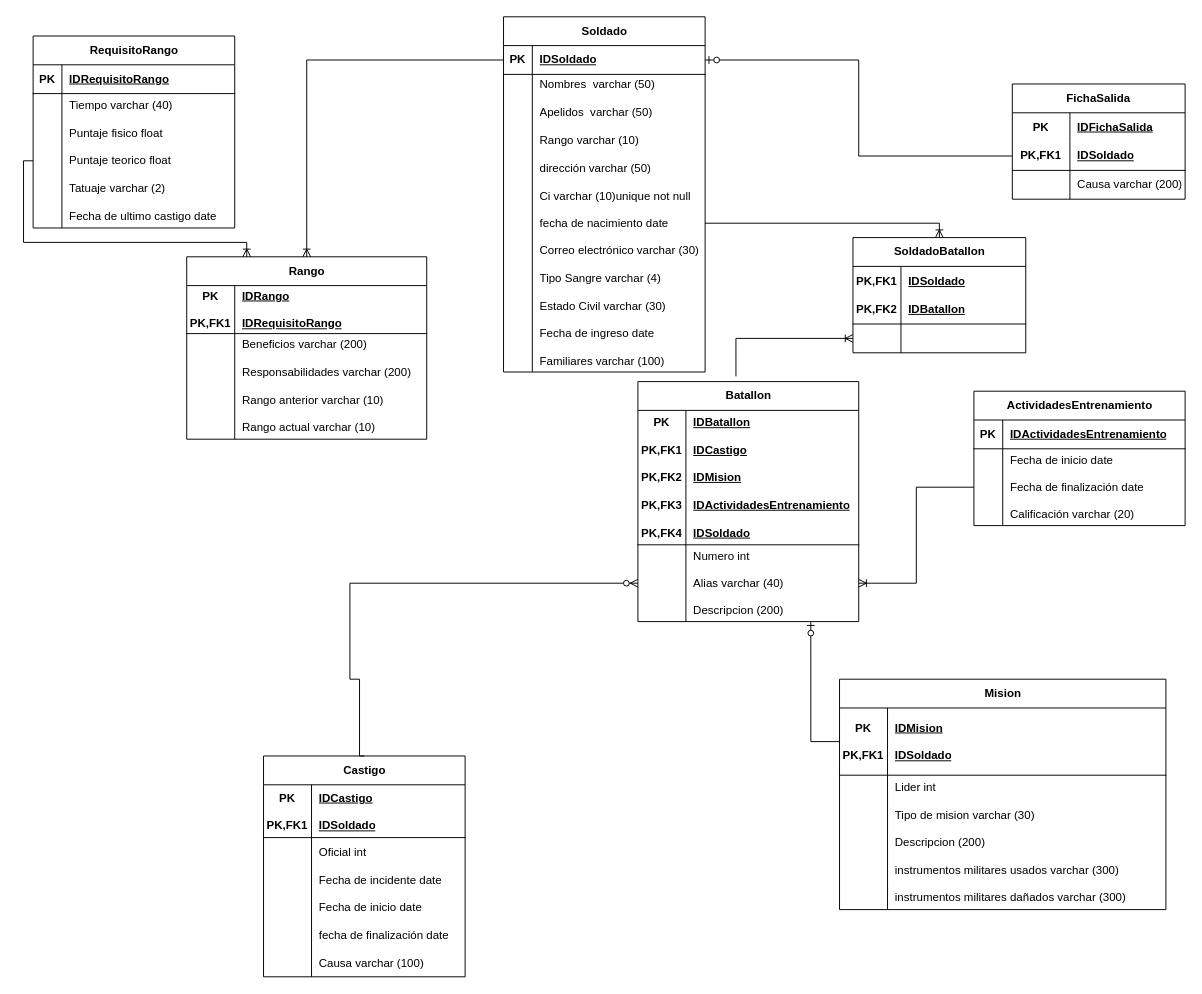
Before: Ejercito.drawio in Rafael454Gonzalez/django-portfolio-simple, a draw.io diagram. Source tidied: cells renumbered, new cells numbered last; positions are measured from the earlier drawing's top-left corner, leaving out a move shared by most shapes. Both pictures are drawn from the tidied source at 96%, with x=0, y=0 at pixel (33, 16).
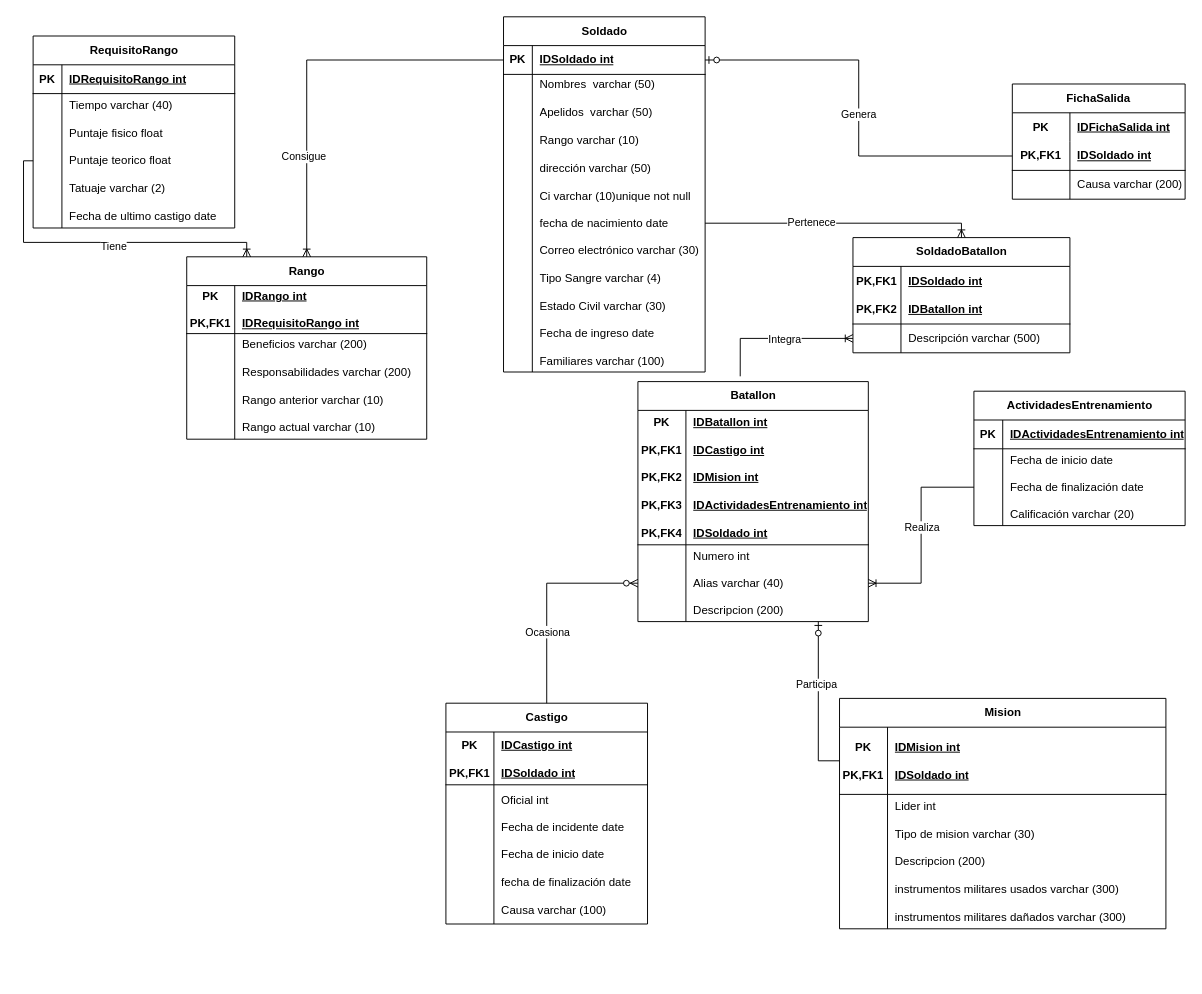
Above is the later version.

Unchanged cells that the change refers to:
```xml
<mxCell id="3" style="shape=tableRow;horizontal=0;startSize=0;swimlaneHead=0;swimlaneBody=0;fillColor=none;points=[[0,0.5],[1,0.5]];portConstraint=eastwest;top=0;left=0;right=0;bottom=1;" parent="2" vertex="1">
  <mxGeometry y="30" width="210" height="30" as="geometry" />
</mxCell>
<mxCell id="10" style="shape=tableRow;horizontal=0;startSize=0;swimlaneHead=0;swimlaneBody=0;fillColor=none;top=0;left=0;right=0;bottom=0;html=1;" parent="9" vertex="1">
  <mxGeometry y="30" width="180" height="30" as="geometry" />
</mxCell>
<mxCell id="13" style="shape=tableRow;horizontal=0;startSize=0;swimlaneHead=0;swimlaneBody=0;fillColor=none;points=[[0,0.5],[1,0.5]];portConstraint=eastwest;top=0;left=0;right=0;bottom=1;html=1;" parent="9" vertex="1">
  <mxGeometry y="60" width="180" height="30" as="geometry" />
</mxCell>
<mxCell id="19" style="edgeStyle=orthogonalEdgeStyle;fontSize=12;html=1;endArrow=ERzeroToOne;endFill=1;rounded=0;exitX=0;exitY=0.5;exitDx=0;exitDy=0;" parent="1" edge="1" source="13" target="3">
  <mxGeometry relative="1" as="geometry" />
</mxCell>
<mxCell id="21" style="shape=tableRow;horizontal=0;startSize=0;swimlaneHead=0;swimlaneBody=0;fillColor=none;top=0;left=0;right=0;bottom=1;" parent="20" vertex="1">
  <mxGeometry y="30" width="250" height="50" as="geometry" />
</mxCell>
<mxCell id="28" style="shape=tableRow;horizontal=0;startSize=0;swimlaneHead=0;swimlaneBody=0;fillColor=none;top=0;left=0;right=0;bottom=1;" parent="27" vertex="1">
  <mxGeometry y="30" width="210" height="55" as="geometry" />
</mxCell>
<mxCell id="49" style="shape=tableRow;horizontal=0;startSize=0;swimlaneHead=0;swimlaneBody=0;fillColor=none;top=0;left=0;right=0;bottom=1;" parent="48" vertex="1">
  <mxGeometry y="30" width="220" height="30" as="geometry" />
</mxCell>
<mxCell id="55" style="edgeStyle=orthogonalEdgeStyle;fontSize=12;html=1;endArrow=ERoneToMany;rounded=0;entryX=1;entryY=0.5;entryDx=0;entryDy=0;exitX=0;exitY=0.5;exitDx=0;exitDy=0;" parent="1" edge="1" source="52" target="45">
  <mxGeometry relative="1" as="geometry" />
</mxCell>
<mxCell id="56" style="edgeStyle=orthogonalEdgeStyle;fontSize=12;html=1;endArrow=ERoneToMany;rounded=0;exitX=1;exitY=0.5;exitDx=0;exitDy=0;entryX=0.5;entryY=0;entryDx=0;entryDy=0;endFill=0;" parent="1" edge="1" source="6" target="34">
  <mxGeometry relative="1" as="geometry" />
</mxCell>
<mxCell id="57" style="edgeStyle=orthogonalEdgeStyle;fontSize=12;html=1;endArrow=ERoneToMany;rounded=0;exitX=0.444;exitY=-0.022;exitDx=0;exitDy=0;exitPerimeter=0;entryX=0;entryY=0.5;entryDx=0;entryDy=0;endFill=0;" parent="1" edge="1" source="41" target="38">
  <mxGeometry relative="1" as="geometry" />
</mxCell>
<mxCell id="60" style="shape=tableRow;horizontal=0;startSize=0;swimlaneHead=0;swimlaneBody=0;fillColor=none;points=[[0,0.5],[1,0.5]];portConstraint=eastwest;top=0;left=0;right=0;bottom=1;" parent="59" vertex="1">
  <mxGeometry y="30" width="340" height="70" as="geometry" />
</mxCell>
<mxCell id="66" style="edgeStyle=orthogonalEdgeStyle;fontSize=12;html=1;endArrow=ERzeroToOne;endFill=1;rounded=0;exitX=0;exitY=0.5;exitDx=0;exitDy=0;entryX=0.783;entryY=1;entryDx=0;entryDy=0;entryPerimeter=0;" parent="1" edge="1" source="60" target="45">
  <mxGeometry relative="1" as="geometry" />
</mxCell>
<mxCell id="68" style="shape=tableRow;horizontal=0;startSize=0;swimlaneHead=0;swimlaneBody=0;fillColor=none;top=0;left=0;right=0;bottom=1;" parent="67" vertex="1">
  <mxGeometry y="30" width="210" height="30" as="geometry" />
</mxCell>
<mxCell id="74" style="edgeStyle=orthogonalEdgeStyle;fontSize=12;html=1;endArrow=ERoneToMany;rounded=0;entryX=0.25;entryY=0;entryDx=0;entryDy=0;exitX=0;exitY=0.5;exitDx=0;exitDy=0;endFill=0;" parent="1" edge="1" source="71" target="20">
  <mxGeometry relative="1" as="geometry" />
</mxCell>
<mxCell id="75" style="edgeStyle=orthogonalEdgeStyle;fontSize=12;html=1;endArrow=ERoneToMany;rounded=0;entryX=0.5;entryY=0;entryDx=0;entryDy=0;exitX=0;exitY=0.5;exitDx=0;exitDy=0;" parent="1" edge="1" source="3" target="20">
  <mxGeometry relative="1" as="geometry" />
</mxCell>
```

What changed in the source:
```diff
@@
-    <mxCell id="5" value="IDSoldado" style="shape=partialRectangle;fillColor=none;top=0;left=0;bottom=0;right=0;align=left;spacingLeft=6;fontStyle=5;overflow=hidden;whiteSpace=wrap;html=1;" parent="3" vertex="1">
+    <mxCell id="5" value="IDSoldado int" style="shape=partialRectangle;fillColor=none;top=0;left=0;bottom=0;right=0;align=left;spacingLeft=6;fontStyle=5;overflow=hidden;whiteSpace=wrap;html=1;" parent="3" vertex="1">
       <mxGeometry x="30" width="180" height="30" as="geometry" />
     </mxCell>
@@
-    <mxCell id="12" value="IDFichaSalida" style="shape=partialRectangle;fillColor=none;top=0;left=0;bottom=0;right=0;align=left;spacingLeft=6;fontStyle=5;overflow=hidden;html=1;whiteSpace=wrap;" parent="10" vertex="1">
+    <mxCell id="12" value="IDFichaSalida int" style="shape=partialRectangle;fillColor=none;top=0;left=0;bottom=0;right=0;align=left;spacingLeft=6;fontStyle=5;overflow=hidden;html=1;whiteSpace=wrap;" parent="10" vertex="1">
       <mxGeometry x="60" width="120" height="30" as="geometry" />
     </mxCell>
@@
-    <mxCell id="15" value="IDSoldado" style="shape=partialRectangle;fillColor=none;top=0;left=0;bottom=0;right=0;align=left;spacingLeft=6;fontStyle=5;overflow=hidden;html=1;whiteSpace=wrap;" parent="13" vertex="1">
+    <mxCell id="15" value="IDSoldado int" style="shape=partialRectangle;fillColor=none;top=0;left=0;bottom=0;right=0;align=left;spacingLeft=6;fontStyle=5;overflow=hidden;html=1;whiteSpace=wrap;" parent="13" vertex="1">
       <mxGeometry x="60" width="120" height="30" as="geometry" />
     </mxCell>
@@
+    <mxCell id="76" value="Genera" style="edgeLabel;html=1;align=center;verticalAlign=middle;" parent="19" vertex="1">
+      <mxGeometry x="-0.03" y="1" relative="1" as="geometry" />
+    </mxCell>
@@
-    <mxCell id="23" value="IDRango&lt;br&gt;&lt;br&gt;IDRequisitoRango" style="shape=partialRectangle;fillColor=none;top=0;left=0;bottom=0;right=0;align=left;spacingLeft=6;fontStyle=5;overflow=hidden;whiteSpace=wrap;html=1;" parent="21" vertex="1">
+    <mxCell id="23" value="IDRango int&lt;br&gt;&lt;br&gt;IDRequisitoRango int" style="shape=partialRectangle;fillColor=none;top=0;left=0;bottom=0;right=0;align=left;spacingLeft=6;fontStyle=5;overflow=hidden;whiteSpace=wrap;html=1;" parent="21" vertex="1">
       <mxGeometry x="50" width="200" height="50" as="geometry" />
     </mxCell>
@@
     <mxCell id="27" value="Castigo" style="shape=table;startSize=30;childLayout=tableLayout;rowLines=0;fontStyle=1;align=center;html=1;" parent="1" vertex="1">
-      <mxGeometry x="240" y="770" width="210" height="230" as="geometry" />
+      <mxGeometry x="430" y="715" width="210" height="230" as="geometry" />
     </mxCell>
@@
-    <mxCell id="30" value="IDCastigo&lt;br&gt;&lt;br&gt;IDSoldado" style="shape=partialRectangle;fillColor=none;top=0;left=0;bottom=0;right=0;align=left;spacingLeft=6;fontStyle=5;overflow=hidden;whiteSpace=wrap;html=1;" parent="28" vertex="1">
+    <mxCell id="30" value="IDCastigo int&lt;br&gt;&lt;br&gt;IDSoldado int" style="shape=partialRectangle;fillColor=none;top=0;left=0;bottom=0;right=0;align=left;spacingLeft=6;fontStyle=5;overflow=hidden;whiteSpace=wrap;html=1;" parent="28" vertex="1">
       <mxGeometry x="50" width="160" height="55" as="geometry" />
     </mxCell>
@@
     <mxCell id="34" value="SoldadoBatallon" style="shape=table;startSize=30;childLayout=tableLayout;rowLines=0;fontStyle=1;align=center;html=1;" parent="1" vertex="1">
-      <mxGeometry x="854" y="230" width="180" height="120" as="geometry" />
+      <mxGeometry x="854" y="230" width="226" height="120" as="geometry" />
     </mxCell>
     <mxCell id="35" style="shape=tableRow;horizontal=0;startSize=0;swimlaneHead=0;swimlaneBody=0;fillColor=none;top=0;left=0;right=0;bottom=1;" parent="34" vertex="1">
-      <mxGeometry y="30" width="180" height="60" as="geometry" />
+      <mxGeometry y="30" width="226" height="60" as="geometry" />
     </mxCell>
@@
-    <mxCell id="37" value="IDSoldado&lt;br&gt;&lt;br&gt;IDBatallon" style="shape=partialRectangle;fillColor=none;top=0;left=0;bottom=0;right=0;align=left;spacingLeft=6;fontStyle=5;overflow=hidden;whiteSpace=wrap;html=1;" parent="35" vertex="1">
-      <mxGeometry x="50" width="130" height="60" as="geometry" />
+    <mxCell id="37" value="IDSoldado int&lt;br&gt;&lt;br&gt;IDBatallon int" style="shape=partialRectangle;fillColor=none;top=0;left=0;bottom=0;right=0;align=left;spacingLeft=6;fontStyle=5;overflow=hidden;whiteSpace=wrap;html=1;" parent="35" vertex="1">
+      <mxGeometry x="50" width="176" height="60" as="geometry" />
     </mxCell>
     <mxCell id="38" style="shape=tableRow;horizontal=0;startSize=0;swimlaneHead=0;swimlaneBody=0;fillColor=none;points=[[0,0.5],[1,0.5]];portConstraint=eastwest;top=0;left=0;right=0;bottom=0;" parent="34" vertex="1">
-      <mxGeometry y="90" width="180" height="30" as="geometry" />
+      <mxGeometry y="90" width="226" height="30" as="geometry" />
     </mxCell>
@@
-    <mxCell id="40" style="shape=partialRectangle;fillColor=none;top=0;left=0;bottom=0;right=0;align=left;spacingLeft=6;overflow=hidden;whiteSpace=wrap;html=1;" parent="38" vertex="1">
-      <mxGeometry x="50" width="130" height="30" as="geometry" />
+    <mxCell id="40" value="&lt;font style=&quot;border-color: var(--border-color); vertical-align: inherit;&quot;&gt;Descripción varchar (500)&lt;/font&gt;" style="shape=partialRectangle;fillColor=none;top=0;left=0;bottom=0;right=0;align=left;spacingLeft=6;overflow=hidden;whiteSpace=wrap;html=1;" parent="38" vertex="1">
+      <mxGeometry x="50" width="176" height="30" as="geometry" />
     </mxCell>
     <mxCell id="41" value="Batallon" style="shape=table;startSize=30;childLayout=tableLayout;rowLines=0;fontStyle=1;align=center;html=1;" parent="1" vertex="1">
-      <mxGeometry x="630" y="380" width="230" height="250" as="geometry" />
+      <mxGeometry x="630" y="380" width="240" height="250" as="geometry" />
     </mxCell>
     <mxCell id="42" style="shape=tableRow;horizontal=0;startSize=0;swimlaneHead=0;swimlaneBody=0;fillColor=none;top=0;left=0;right=0;bottom=1;" parent="41" vertex="1">
-      <mxGeometry y="30" width="230" height="140" as="geometry" />
+      <mxGeometry y="30" width="240" height="140" as="geometry" />
     </mxCell>
@@
-    <mxCell id="44" value="IDBatallon&lt;br&gt;&lt;br&gt;IDCastigo&lt;br&gt;&lt;br&gt;IDMision&lt;br&gt;&lt;br&gt;IDActividadesEntrenamiento&lt;br&gt;&lt;br&gt;IDSoldado" style="shape=partialRectangle;fillColor=none;top=0;left=0;bottom=0;right=0;align=left;spacingLeft=6;fontStyle=5;overflow=hidden;whiteSpace=wrap;html=1;" parent="42" vertex="1">
-      <mxGeometry x="50" width="180" height="140" as="geometry" />
+    <mxCell id="44" value="IDBatallon int&lt;br&gt;&lt;br&gt;IDCastigo int&lt;br&gt;&lt;br&gt;IDMision int&lt;br&gt;&lt;br&gt;IDActividadesEntrenamiento int&lt;br&gt;&lt;br&gt;IDSoldado int" style="shape=partialRectangle;fillColor=none;top=0;left=0;bottom=0;right=0;align=left;spacingLeft=6;fontStyle=5;overflow=hidden;whiteSpace=wrap;html=1;" parent="42" vertex="1">
+      <mxGeometry x="50" width="190" height="140" as="geometry" />
     </mxCell>
     <mxCell id="45" style="shape=tableRow;horizontal=0;startSize=0;swimlaneHead=0;swimlaneBody=0;fillColor=none;points=[[0,0.5],[1,0.5]];portConstraint=eastwest;top=0;left=0;right=0;bottom=0;" parent="41" vertex="1">
-      <mxGeometry y="170" width="230" height="80" as="geometry" />
+      <mxGeometry y="170" width="240" height="80" as="geometry" />
     </mxCell>
@@
     <mxCell id="47" value="Numero int&lt;br&gt;&lt;br&gt;Alias varchar (40)&lt;br&gt;&lt;br&gt;Descripcion (200)" style="shape=partialRectangle;fillColor=none;top=0;left=0;bottom=0;right=0;align=left;spacingLeft=6;overflow=hidden;whiteSpace=wrap;html=1;" parent="45" vertex="1">
-      <mxGeometry x="50" width="180" height="80" as="geometry" />
+      <mxGeometry x="50" width="190" height="80" as="geometry" />
     </mxCell>
@@
-    <mxCell id="51" value="IDActividadesEntrenamiento" style="shape=partialRectangle;fillColor=none;top=0;left=0;bottom=0;right=0;align=left;spacingLeft=6;fontStyle=5;overflow=hidden;whiteSpace=wrap;html=1;" parent="49" vertex="1">
+    <mxCell id="51" value="IDActividadesEntrenamiento int" style="shape=partialRectangle;fillColor=none;top=0;left=0;bottom=0;right=0;align=left;spacingLeft=6;fontStyle=5;overflow=hidden;whiteSpace=wrap;html=1;" parent="49" vertex="1">
       <mxGeometry x="30" width="190" height="30" as="geometry" />
     </mxCell>
@@
+    <mxCell id="77" value="Realiza" style="edgeLabel;html=1;align=center;verticalAlign=middle;" parent="55" vertex="1">
+      <mxGeometry x="-0.09" relative="1" as="geometry" />
+    </mxCell>
@@
+    <mxCell id="78" value="Pertenece" style="edgeLabel;html=1;align=center;verticalAlign=middle;" parent="56" vertex="1">
+      <mxGeometry x="-0.22" y="2" relative="1" as="geometry" />
+    </mxCell>
@@
-    <mxCell id="58" style="edgeStyle=orthogonalEdgeStyle;fontSize=12;html=1;endArrow=ERzeroToMany;endFill=1;rounded=0;entryX=0;entryY=0.5;entryDx=0;entryDy=0;exitX=0.5;exitY=0;exitDx=0;exitDy=0;" parent="1" edge="1" source="27" target="45">
-      <mxGeometry relative="1" as="geometry">
-        <Array as="points">
-          <mxPoint x="340" y="770" />
-          <mxPoint x="340" y="690" />
-          <mxPoint x="330" y="690" />
-          <mxPoint x="330" y="590" />
-        </Array>
-      </mxGeometry>
-    </mxCell>
+    <mxCell id="79" value="Integra" style="edgeLabel;html=1;align=center;verticalAlign=middle;" parent="57" vertex="1">
+      <mxGeometry x="0.08" relative="1" as="geometry" />
+    </mxCell>
     <mxCell id="59" value="Mision" style="shape=table;startSize=30;childLayout=tableLayout;rowLines=0;fontStyle=1;align=center;html=1;" parent="1" vertex="1">
-      <mxGeometry x="840" y="690" width="340" height="240" as="geometry" />
+      <mxGeometry x="840" y="710" width="340" height="240" as="geometry" />
     </mxCell>
@@
-    <mxCell id="62" value="IDMision&lt;br&gt;&lt;br&gt;IDSoldado" style="shape=partialRectangle;fillColor=none;top=0;left=0;bottom=0;right=0;align=left;spacingLeft=6;fontStyle=5;overflow=hidden;whiteSpace=wrap;html=1;" parent="60" vertex="1">
+    <mxCell id="62" value="IDMision int&lt;br&gt;&lt;br&gt;IDSoldado int" style="shape=partialRectangle;fillColor=none;top=0;left=0;bottom=0;right=0;align=left;spacingLeft=6;fontStyle=5;overflow=hidden;whiteSpace=wrap;html=1;" parent="60" vertex="1">
       <mxGeometry x="50" width="290" height="70" as="geometry" />
     </mxCell>
@@
+    <mxCell id="80" value="Participa" style="edgeLabel;html=1;align=center;verticalAlign=middle;" parent="66" vertex="1">
+      <mxGeometry x="0.22" y="2" relative="1" as="geometry" />
+    </mxCell>
@@
-    <mxCell id="70" value="IDRequisitoRango" style="shape=partialRectangle;fillColor=none;top=0;left=0;bottom=0;right=0;align=left;spacingLeft=6;fontStyle=5;overflow=hidden;whiteSpace=wrap;html=1;" parent="68" vertex="1">
+    <mxCell id="70" value="IDRequisitoRango int" style="shape=partialRectangle;fillColor=none;top=0;left=0;bottom=0;right=0;align=left;spacingLeft=6;fontStyle=5;overflow=hidden;whiteSpace=wrap;html=1;" parent="68" vertex="1">
       <mxGeometry x="30" width="180" height="30" as="geometry" />
     </mxCell>
@@
+    <mxCell id="81" value="Tiene" style="edgeLabel;html=1;align=center;verticalAlign=middle;" parent="74" vertex="1">
+      <mxGeometry x="0.1" y="-3" relative="1" as="geometry" />
+    </mxCell>
@@
+    <mxCell id="82" value="Consigue" style="edgeLabel;html=1;align=center;verticalAlign=middle;" parent="75" vertex="1">
+      <mxGeometry x="0.49" y="-4" relative="1" as="geometry" />
+    </mxCell>
+    <mxCell id="58" style="edgeStyle=orthogonalEdgeStyle;fontSize=12;html=1;endArrow=ERzeroToMany;endFill=1;rounded=0;entryX=0;entryY=0.5;entryDx=0;entryDy=0;exitX=0.5;exitY=0;exitDx=0;exitDy=0;" parent="1" edge="1" source="27" target="45">
+      <mxGeometry relative="1" as="geometry" />
+    </mxCell>
+    <mxCell id="83" value="Ocasiona" style="edgeLabel;html=1;align=center;verticalAlign=middle;" parent="58" vertex="1">
+      <mxGeometry x="-0.32" relative="1" as="geometry" />
+    </mxCell>
```
